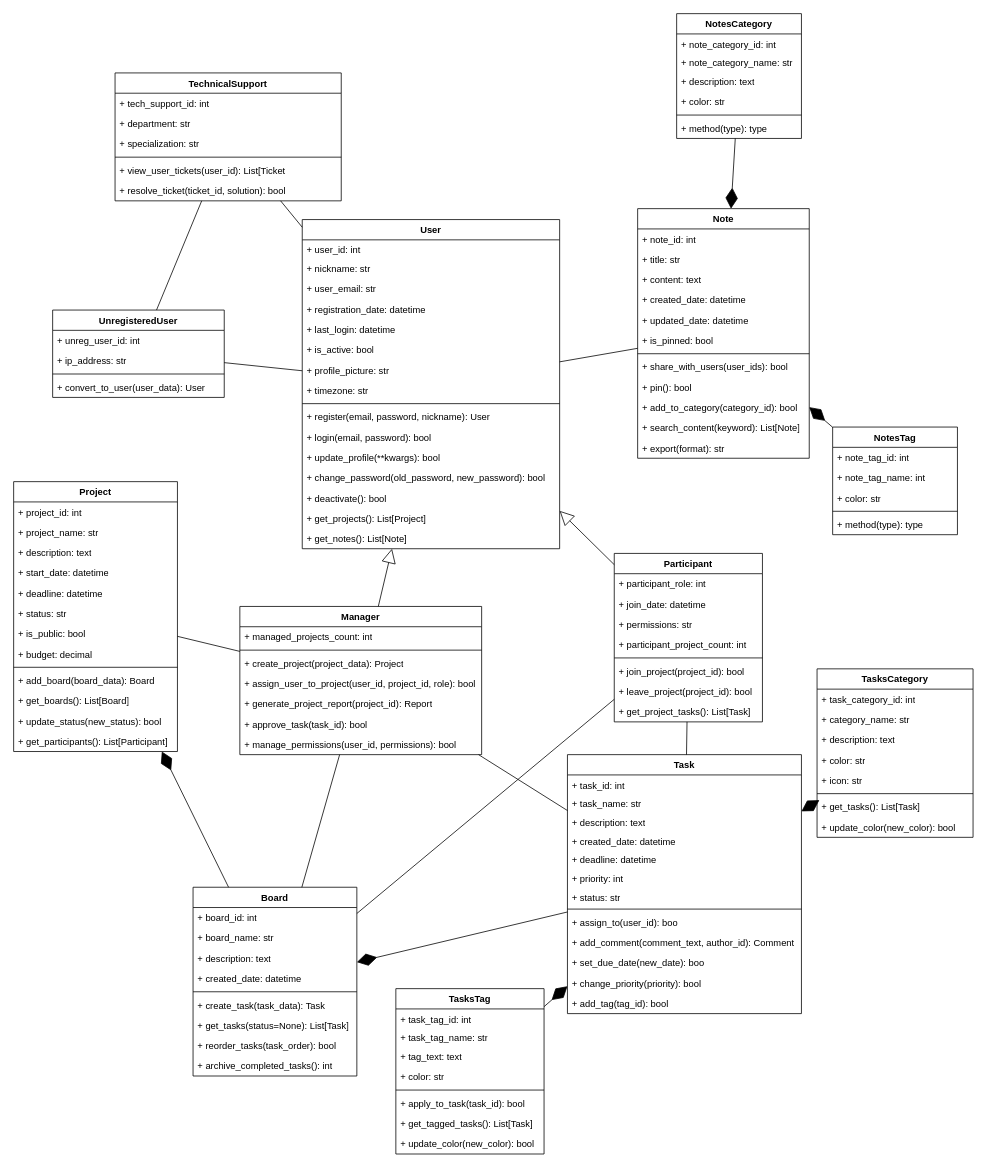
Before: TRPO3.drawio.xml in diamko/Lab3, a draw.io diagram. Source tidied: cells renumbered, new cells numbered last; positions are measured from the earlier drawing's top-left corner, leaving out a move shared by most shapes. Both pictures are drawn from the tidied source at 78%, with x=0, y=0 at pixel (13, 13).
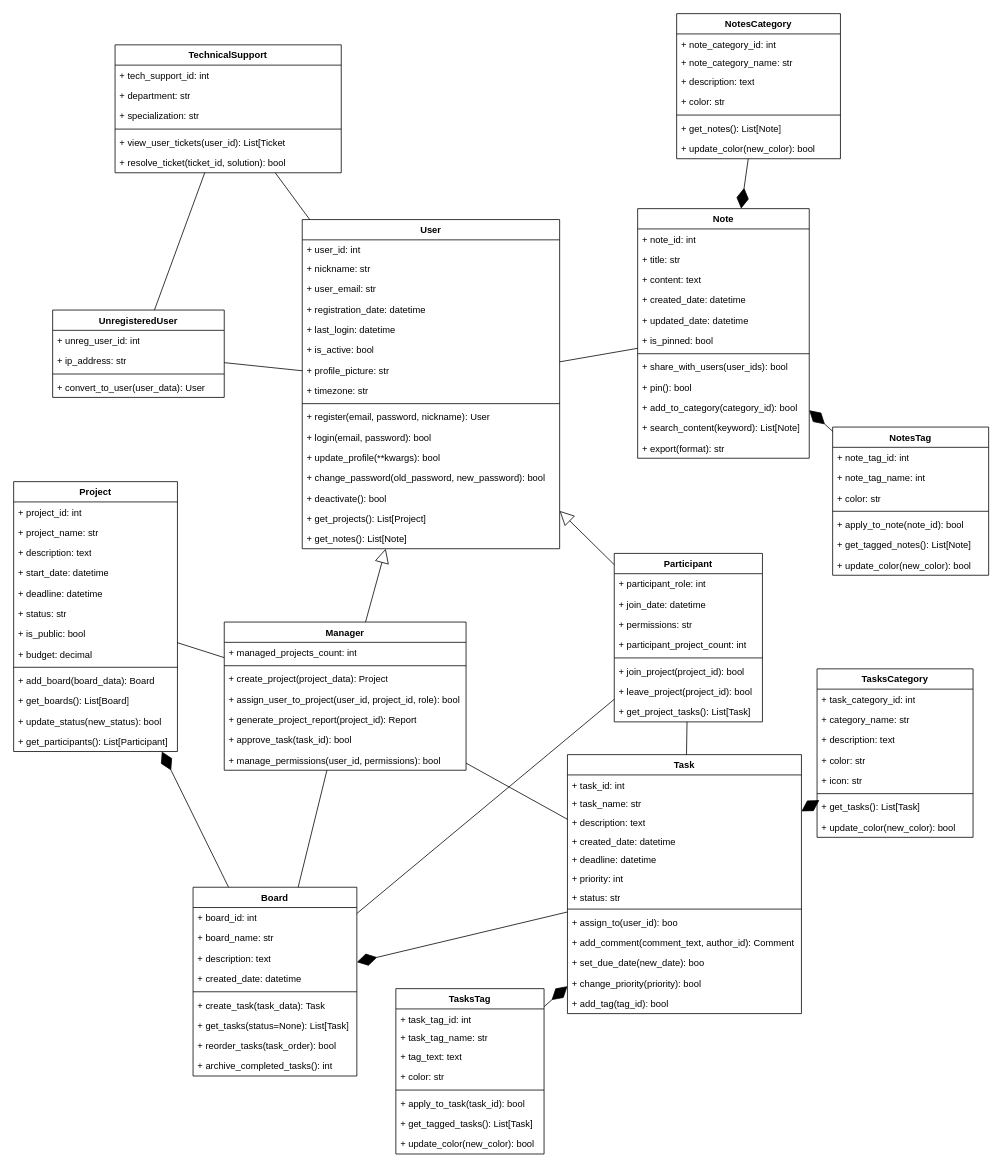
Above is the later version.

Diff of the diagram source:
```diff
@@
     <mxCell id="2" value="Manager" style="swimlane;fontStyle=1;align=center;verticalAlign=top;horizontal=1;startSize=26;whiteSpace=wrap;html=1;" parent="1" vertex="1">
-      <mxGeometry x="290" y="760" width="310" height="190" as="geometry" />
+      <mxGeometry x="270" y="780" width="310" height="190" as="geometry" />
     </mxCell>
@@
     <mxCell id="41" value="TechnicalSupport" style="swimlane;fontStyle=1;align=center;verticalAlign=top;horizontal=1;startSize=26;whiteSpace=wrap;html=1;" parent="1" vertex="1">
-      <mxGeometry x="130" y="76" width="290" height="164" as="geometry" />
+      <mxGeometry x="130" y="40" width="290" height="164" as="geometry" />
     </mxCell>
@@
     <mxCell id="132" value="NotesTag" style="swimlane;fontStyle=1;align=center;verticalAlign=top;horizontal=1;startSize=26;whiteSpace=wrap;html=1;" parent="1" vertex="1">
-      <mxGeometry x="1050" y="530" width="160" height="138" as="geometry" />
+      <mxGeometry x="1050" y="530" width="200" height="190" as="geometry" />
     </mxCell>
     <mxCell id="133" value="+ note_tag_id: int" style="text;strokeColor=none;fillColor=none;align=left;verticalAlign=top;spacingLeft=4;spacingRight=4;overflow=hidden;whiteSpace=wrap;html=1;" parent="132" vertex="1">
-      <mxGeometry y="26" width="160" height="26" as="geometry" />
+      <mxGeometry y="26" width="200" height="26" as="geometry" />
     </mxCell>
     <mxCell id="134" value="+ note_tag_name: int" style="text;strokeColor=none;fillColor=none;align=left;verticalAlign=top;spacingLeft=4;spacingRight=4;overflow=hidden;whiteSpace=wrap;html=1;" parent="132" vertex="1">
-      <mxGeometry y="52" width="160" height="26" as="geometry" />
+      <mxGeometry y="52" width="200" height="26" as="geometry" />
     </mxCell>
     <mxCell id="135" value="+ color: str" style="text;strokeColor=none;fillColor=none;align=left;verticalAlign=top;spacingLeft=4;spacingRight=4;overflow=hidden;whiteSpace=wrap;html=1;" parent="132" vertex="1">
-      <mxGeometry y="78" width="160" height="26" as="geometry" />
+      <mxGeometry y="78" width="200" height="26" as="geometry" />
     </mxCell>
     <mxCell id="136" style="line;strokeWidth=1;fillColor=none;align=left;verticalAlign=middle;spacingTop=-1;spacingLeft=3;spacingRight=3;labelPosition=right;strokeColor=inherit;" parent="132" vertex="1">
-      <mxGeometry y="104" width="160" height="8" as="geometry" />
+      <mxGeometry y="104" width="200" height="8" as="geometry" />
     </mxCell>
-    <mxCell id="137" value="+ method(type): type" style="text;strokeColor=none;fillColor=none;align=left;verticalAlign=top;spacingLeft=4;spacingRight=4;overflow=hidden;whiteSpace=wrap;html=1;" parent="132" vertex="1">
-      <mxGeometry y="112" width="160" height="26" as="geometry" />
+    <mxCell id="137" value="+ apply_to_note(note_id): bool" style="text;strokeColor=none;fillColor=none;align=left;verticalAlign=top;spacingLeft=4;spacingRight=4;overflow=hidden;whiteSpace=wrap;html=1;" parent="132" vertex="1">
+      <mxGeometry y="112" width="200" height="26" as="geometry" />
     </mxCell>
+    <mxCell id="147" value="+ get_tagged_notes(): List[Note]" style="text;strokeColor=none;fillColor=none;align=left;verticalAlign=top;spacingLeft=4;spacingRight=4;overflow=hidden;whiteSpace=wrap;html=1;" parent="132" vertex="1">
+      <mxGeometry y="138" width="200" height="26" as="geometry" />
+    </mxCell>
+    <mxCell id="148" value="+ update_color(new_color): bool" style="text;strokeColor=none;fillColor=none;align=left;verticalAlign=top;spacingLeft=4;spacingRight=4;overflow=hidden;whiteSpace=wrap;html=1;" parent="132" vertex="1">
+      <mxGeometry y="164" width="200" height="26" as="geometry" />
+    </mxCell>
     <mxCell id="138" value="NotesCategory" style="swimlane;fontStyle=1;align=center;verticalAlign=top;horizontal=1;startSize=26;whiteSpace=wrap;html=1;" parent="1" vertex="1">
-      <mxGeometry x="850" width="160" height="160" as="geometry" />
+      <mxGeometry x="850" width="210" height="186" as="geometry" />
     </mxCell>
     <mxCell id="139" value="+ note_category_id: int" style="text;strokeColor=none;fillColor=none;align=left;verticalAlign=top;spacingLeft=4;spacingRight=4;overflow=hidden;whiteSpace=wrap;html=1;" parent="138" vertex="1">
-      <mxGeometry y="26" width="160" height="24" as="geometry" />
+      <mxGeometry y="26" width="210" height="24" as="geometry" />
     </mxCell>
     <mxCell id="140" value="+ note_category_name: str" style="text;strokeColor=none;fillColor=none;align=left;verticalAlign=top;spacingLeft=4;spacingRight=4;overflow=hidden;whiteSpace=wrap;html=1;" parent="138" vertex="1">
-      <mxGeometry y="50" width="160" height="24" as="geometry" />
+      <mxGeometry y="50" width="210" height="24" as="geometry" />
     </mxCell>
     <mxCell id="141" value="+&amp;nbsp;description: text" style="text;strokeColor=none;fillColor=none;align=left;verticalAlign=top;spacingLeft=4;spacingRight=4;overflow=hidden;whiteSpace=wrap;html=1;" parent="138" vertex="1">
-      <mxGeometry y="74" width="160" height="26" as="geometry" />
+      <mxGeometry y="74" width="210" height="26" as="geometry" />
     </mxCell>
     <mxCell id="142" value="+&amp;nbsp;color: str" style="text;strokeColor=none;fillColor=none;align=left;verticalAlign=top;spacingLeft=4;spacingRight=4;overflow=hidden;whiteSpace=wrap;html=1;" parent="138" vertex="1">
-      <mxGeometry y="100" width="160" height="26" as="geometry" />
+      <mxGeometry y="100" width="210" height="26" as="geometry" />
     </mxCell>
     <mxCell id="143" style="line;strokeWidth=1;fillColor=none;align=left;verticalAlign=middle;spacingTop=-1;spacingLeft=3;spacingRight=3;labelPosition=right;strokeColor=inherit;" parent="138" vertex="1">
-      <mxGeometry y="126" width="160" height="8" as="geometry" />
+      <mxGeometry y="126" width="210" height="8" as="geometry" />
     </mxCell>
-    <mxCell id="144" value="+ method(type): type" style="text;strokeColor=none;fillColor=none;align=left;verticalAlign=top;spacingLeft=4;spacingRight=4;overflow=hidden;whiteSpace=wrap;html=1;" parent="138" vertex="1">
-      <mxGeometry y="134" width="160" height="26" as="geometry" />
+    <mxCell id="144" value="+ get_notes(): List[Note]" style="text;strokeColor=none;fillColor=none;align=left;verticalAlign=top;spacingLeft=4;spacingRight=4;overflow=hidden;whiteSpace=wrap;html=1;" parent="138" vertex="1">
+      <mxGeometry y="134" width="210" height="26" as="geometry" />
     </mxCell>
+    <mxCell id="149" value="+ update_color(new_color): bool" style="text;strokeColor=none;fillColor=none;align=left;verticalAlign=top;spacingLeft=4;spacingRight=4;overflow=hidden;whiteSpace=wrap;html=1;" parent="138" vertex="1">
+      <mxGeometry y="160" width="210" height="26" as="geometry" />
+    </mxCell>
```
